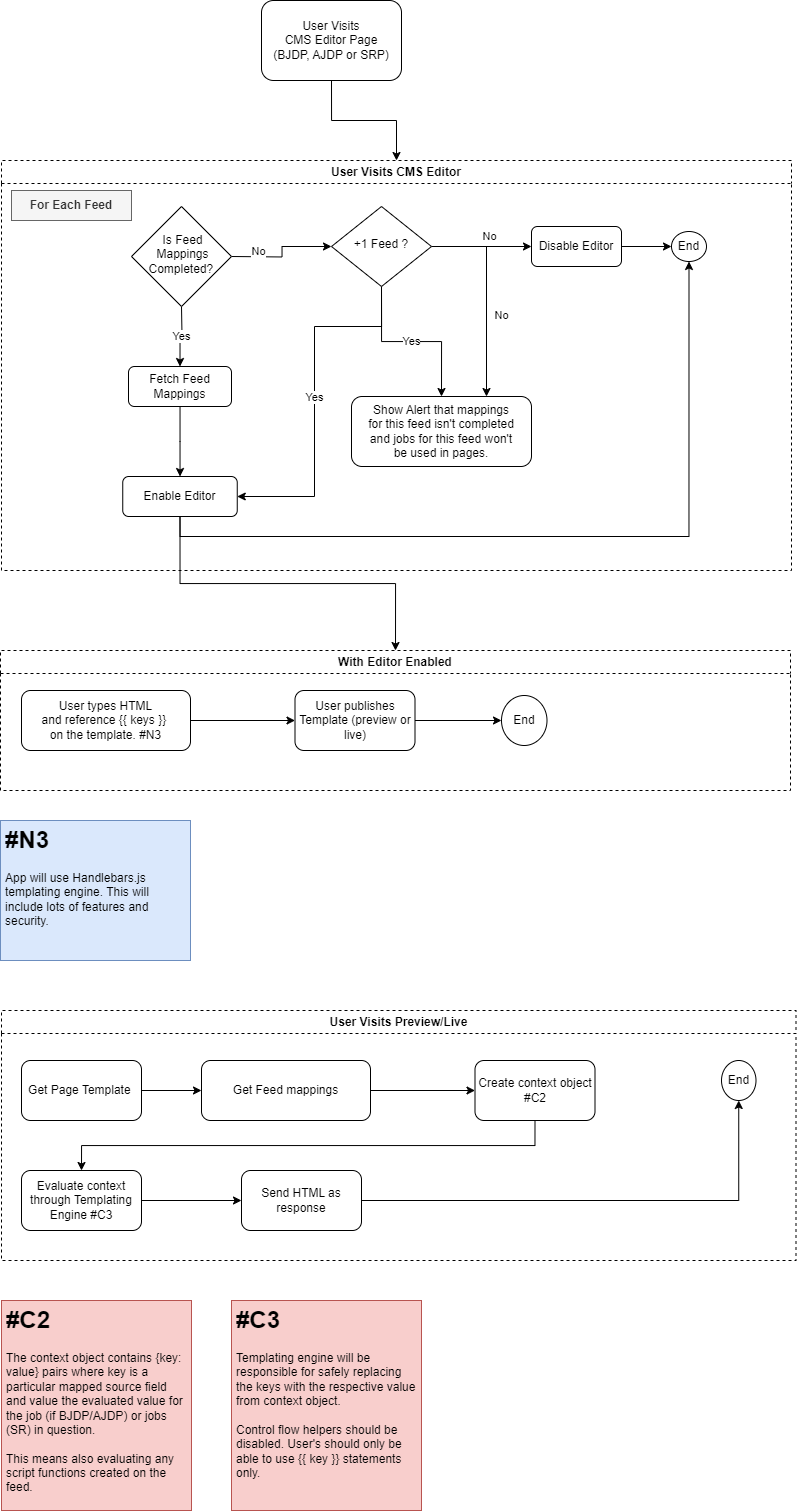
Above: Edit Template Process.png in j-000/drawio (draw.io), before the change. Source tidied: cells renumbered, new cells last; positions are measured from the earlier drawing's top-left corner, leaving out a move shared by most shapes.
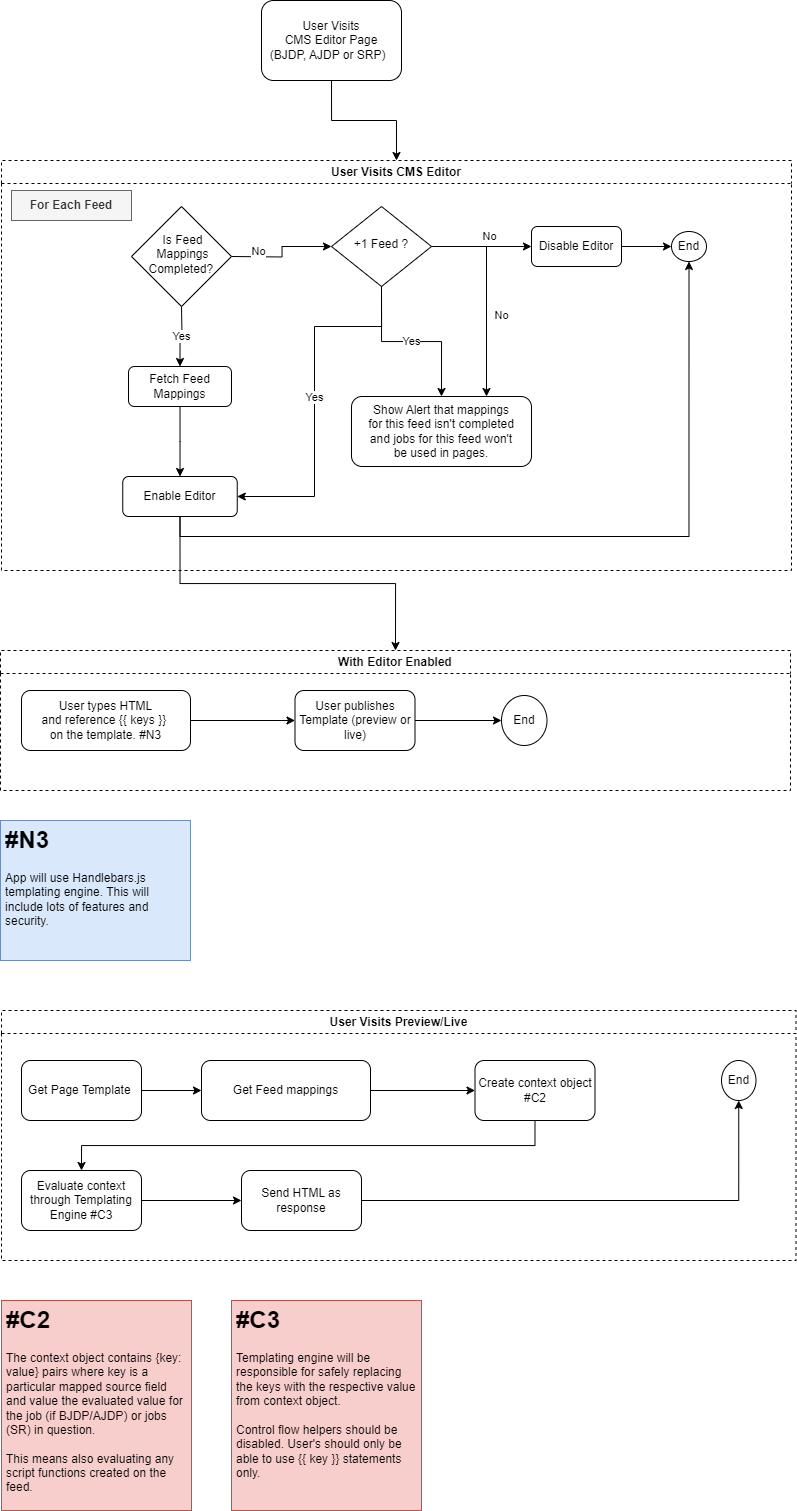
Later version of the same file.

What changed in the source:
```diff
@@ -5,7 +5,7 @@
     <mxCell id="2" style="edgeStyle=orthogonalEdgeStyle;rounded=0;jettySize=auto;html=1;exitX=0.5;exitY=1;exitDx=0;exitDy=0;entryX=0.5;entryY=0;entryDx=0;entryDy=0;" parent="1" edge="1" source="3" target="4">
       <mxGeometry relative="1" as="geometry" />
     </mxCell>
-    <mxCell id="3" value="User Visits&lt;br&gt;CMS Editor Page &lt;br&gt;(BJDP, AJDP or SRP)" style="rounded=1;whiteSpace=wrap;html=1;fontSize=12;glass=0;strokeWidth=1;shadow=0;" parent="1" vertex="1">
+    <mxCell id="3" value="User Visits&lt;br&gt;CMS Editor Page &lt;br&gt;(BJDP, AJDP or SRP)&amp;nbsp;&amp;nbsp;" style="rounded=1;whiteSpace=wrap;html=1;fontSize=12;glass=0;strokeWidth=1;shadow=0;" parent="1" vertex="1">
       <mxGeometry x="261" width="140" height="80" as="geometry" />
     </mxCell>
     <mxCell id="4" value="User Visits CMS Editor" style="swimlane;whiteSpace=wrap;html=1;align=center;dashed=1;" parent="1" vertex="1">
```
